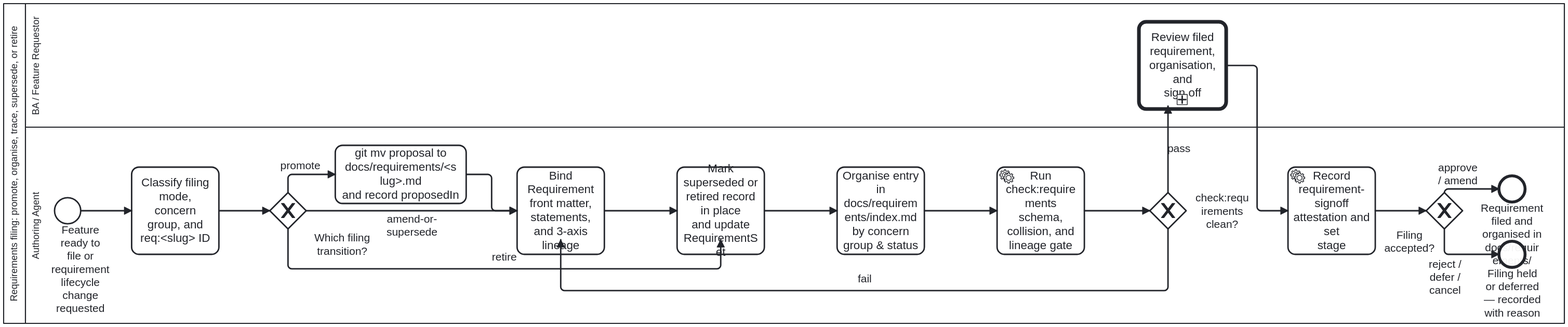
Above: docs/assets/img/workflows/requirements-filing.svg in litlfred/cat-harness (BPMN), before the change. Its source is kept beside it as processes/sdlc/requirements-filing.bpmn. Ids are renumbered.
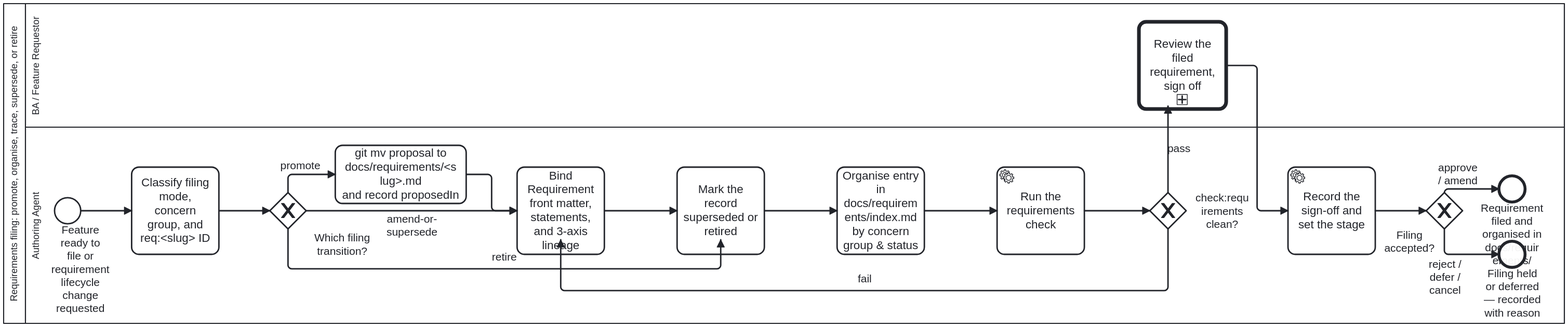
After the change.

The edit, as a diff of the source:
```diff
@@ -71,7 +71,7 @@
       </bpmn:extensionElements>
     </bpmn:task>
 
-    <bpmn:task id="A_UpdateLifecycle" name="Mark superseded or&#10;retired record in place&#10;and update RequirementSet">
+    <bpmn:task id="A_UpdateLifecycle" name="Mark the record superseded or retired">
       <bpmn:documentation>Never delete (`git rm`) a superseded or retired requirement. When superseding `req:&lt;old-slug&gt;`, set `status: superseded` and `supersededBy: req:&lt;new-slug&gt;` on `docs/requirements/&lt;old-slug&gt;.md`. When retiring, set `status: retired` and document the retirement reason and authorising issue in prose. Update any `RequirementSet` (`docs/requirements/*.set.json`) so approved/accepted sets hold only `in-force` members.</bpmn:documentation>
       <bpmn:extensionElements>
         <bootstrap.processes:skill ref="specification-management"/>
@@ -85,7 +85,7 @@
       </bpmn:extensionElements>
     </bpmn:task>
 
-    <bpmn:serviceTask id="A_RunCheck" name="Run check:requirements&#10;schema, collision, and&#10;lineage gate">
+    <bpmn:serviceTask id="A_RunCheck" name="Run the requirements check">
       <bpmn:documentation>Run `bun run cat check:requirements` to verify schema conformance (`bootstrap/schemas/requirement.schema.json`), slug uniqueness across `docs/proposals/` and `docs/requirements/`, acyclicity of `derivedFrom`, existence of all referenced `derivedFrom` / `dependsOn` / `supersededBy` / `skills` / `processes` targets, and `RequirementSet` sign-off invariants.</bpmn:documentation>
       <bpmn:extensionElements>
         <bootstrap.processes:skill ref="specification-management"/>
@@ -100,7 +100,7 @@
       </bpmn:extensionElements>
     </bpmn:exclusiveGateway>
 
-    <bpmn:callActivity id="BA_ReviewFiling" name="Review filed requirement,&#10;organisation, and&#10;sign off" calledElement="Process_Adjudication">
+    <bpmn:callActivity id="BA_ReviewFiling" name="Review the filed requirement, sign off" calledElement="Process_Adjudication">
       <bpmn:documentation>The Business Analyst / Owner reviews the filed requirement in `docs/requirements/&lt;slug&gt;.md`, its concern-group organisation in `docs/requirements/index.md`, its three-axis traceability, and any supersession or retirement update, deciding `approve`, `amend`, `reject`, `defer`, or `cancel`.</bpmn:documentation>
       <bpmn:extensionElements>
         <bootstrap.processes:skill ref="adjudication"/>
@@ -109,7 +109,7 @@
       </bpmn:extensionElements>
     </bpmn:callActivity>
 
-    <bpmn:serviceTask id="A_RecordFilingSignoff" name="Record requirement-signoff&#10;attestation and set&#10;stage">
+    <bpmn:serviceTask id="A_RecordFilingSignoff" name="Record the sign-off and set the stage">
       <bpmn:documentation>Append the human sign-off decision to `test/attestations/requirement-signoff/&lt;set-slug&gt;.attestations.json` (recording who, at, scope, outcome, stage, reason, and issue comment permalink) and update the `RequirementSet` stage to match.</bpmn:documentation>
       <bpmn:extensionElements>
         <bootstrap.processes:skill ref="adjudication"/>
```
